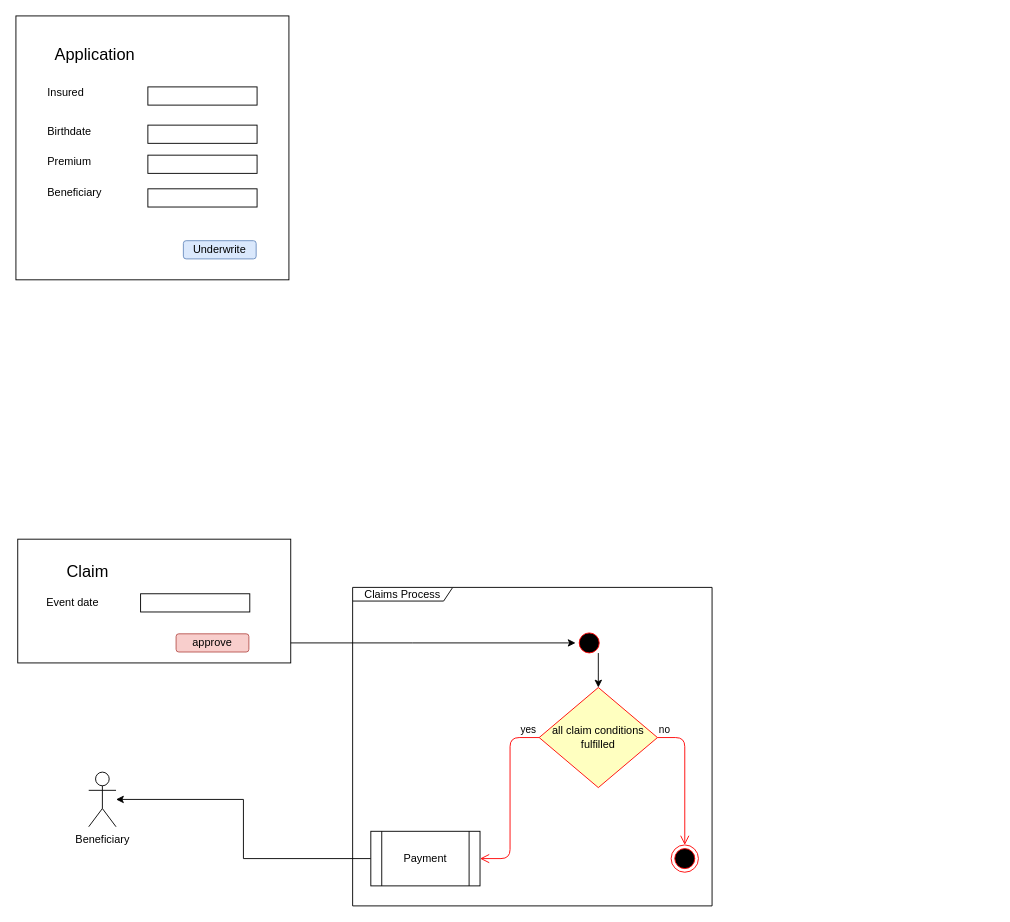
Above: design/SimpleLife.drawio in transalm/smartcontract_demo (draw.io), before the change. Source tidied: cells renumbered, new cells numbered last; positions are measured from the earlier drawing's top-left corner, leaving out a move shared by most shapes. Both pictures are drawn from the tidied source at 91%, with x=0, y=0 at pixel (15, 15).
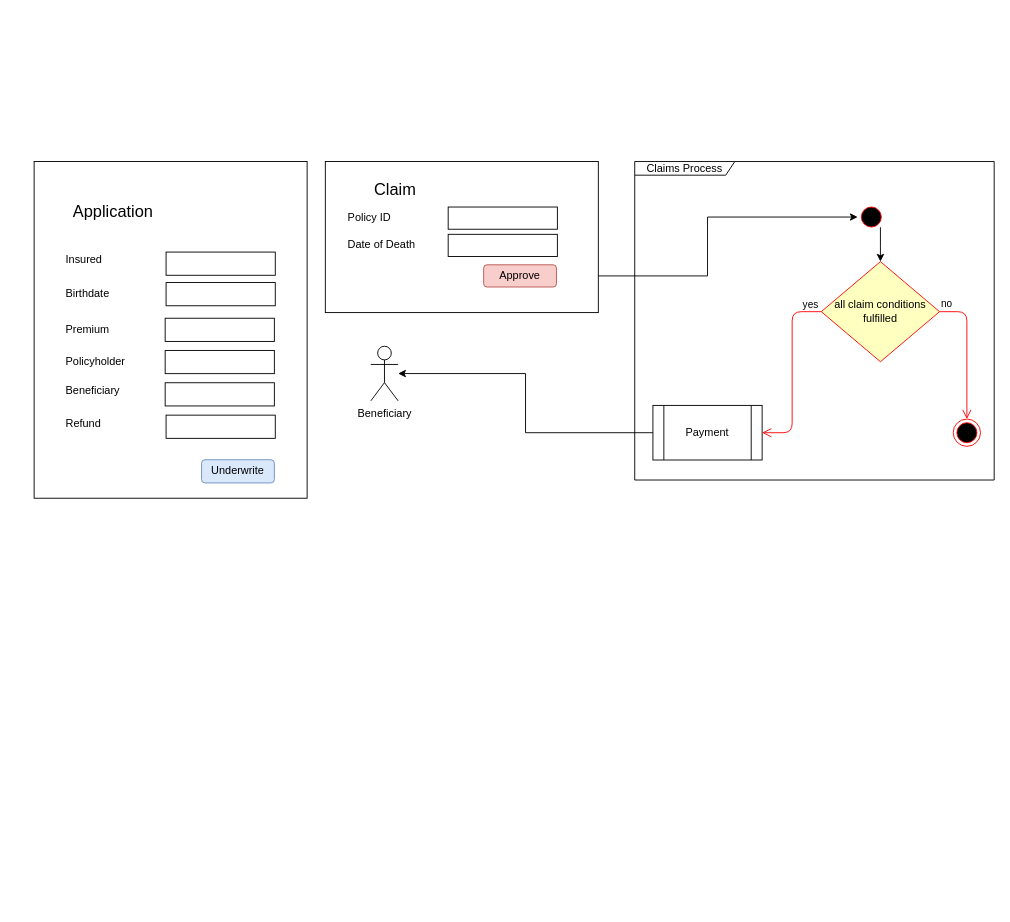
Above is the later version.

Diff of the diagram source:
```diff
@@
     <mxCell id="3" style="group;" parent="1" vertex="1">
-      <mxGeometry x="2" y="575" width="300" height="136" as="geometry" />
+      <mxGeometry x="340" y="160" width="300" height="166" as="geometry" />
     </mxCell>
     <mxCell id="4" style="rounded=0;whiteSpace=wrap;html=1;" parent="3" vertex="1">
-      <mxGeometry width="300" height="136" as="geometry" />
+      <mxGeometry width="300" height="166" as="geometry" />
     </mxCell>
     <mxCell id="5" style="group;" parent="3" vertex="1">
-      <mxGeometry x="23" y="21" width="232" height="103" as="geometry" />
+      <mxGeometry x="23" y="12.2" width="232" height="125.7" as="geometry" />
     </mxCell>
-    <mxCell id="6" value="Event date" style="text;html=1;strokeColor=none;fillColor=none;align=center;verticalAlign=middle;whiteSpace=wrap;rounded=0;" parent="5" vertex="1">
-      <mxGeometry y="39" width="75" height="20" as="geometry" />
-    </mxCell>
-    <mxCell id="7" style="rounded=0;whiteSpace=wrap;html=1;" parent="5" vertex="1">
-      <mxGeometry x="112" y="39" width="120" height="20" as="geometry" />
-    </mxCell>
-    <mxCell id="8" value="approve" style="rounded=1;whiteSpace=wrap;html=1;fillColor=#f8cecc;strokeColor=#b85450;" parent="5" vertex="1">
-      <mxGeometry x="151" y="83" width="80" height="20" as="geometry" />
+    <mxCell id="8" value="Approve" style="rounded=1;whiteSpace=wrap;html=1;fillColor=#f8cecc;strokeColor=#b85450;" parent="5" vertex="1">
+      <mxGeometry x="151" y="101.3" width="80" height="24.4" as="geometry" />
     </mxCell>
     <mxCell id="9" value="&lt;font style=&quot;font-size: 18px&quot;&gt;Claim&lt;/font&gt;" style="text;html=1;strokeColor=none;fillColor=none;align=center;verticalAlign=middle;whiteSpace=wrap;rounded=0;" parent="5" vertex="1">
-      <mxGeometry x="13.5" width="80" height="30" as="geometry" />
+      <mxGeometry x="13.5" width="80" height="36.6" as="geometry" />
     </mxCell>
+    <mxCell id="7" style="rounded=0;whiteSpace=wrap;html=1;" parent="3" vertex="1">
+      <mxGeometry x="135" y="50" width="120" height="24.4" as="geometry" />
+    </mxCell>
+    <mxCell id="6" value="Policy ID" style="text;html=1;strokeColor=none;fillColor=none;align=left;verticalAlign=middle;whiteSpace=wrap;rounded=0;" parent="3" vertex="1">
+      <mxGeometry x="23" y="50" width="90" height="24.4" as="geometry" />
+    </mxCell>
+    <mxCell id="33" style="rounded=0;whiteSpace=wrap;html=1;" parent="3" vertex="1">
+      <mxGeometry x="135" y="80" width="120" height="24.4" as="geometry" />
+    </mxCell>
+    <mxCell id="34" value="Date of Death" style="text;html=1;strokeColor=none;fillColor=none;align=left;verticalAlign=middle;whiteSpace=wrap;rounded=0;" parent="3" vertex="1">
+      <mxGeometry x="23" y="80" width="90" height="24.4" as="geometry" />
+    </mxCell>
     <mxCell id="10" style="group;" parent="1" vertex="1">
-      <mxGeometry width="300" height="290" as="geometry" />
+      <mxGeometry x="20" y="160" width="300" height="370" as="geometry" />
     </mxCell>
     <mxCell id="11" style="rounded=0;whiteSpace=wrap;html=1;" parent="10" vertex="1">
-      <mxGeometry width="300" height="290" as="geometry" />
+      <mxGeometry width="300" height="370" as="geometry" />
     </mxCell>
     <mxCell id="12" value="Application" style="text;html=1;strokeColor=none;fillColor=none;align=center;verticalAlign=middle;whiteSpace=wrap;rounded=0;fontSize=18;" parent="10" vertex="1">
-      <mxGeometry x="46.5" y="28" width="80" height="30" as="geometry" />
+      <mxGeometry x="46.5" y="35.7" width="80" height="38.3" as="geometry" />
     </mxCell>
     <mxCell id="13" value="Insured&amp;nbsp;" style="text;html=1;strokeColor=none;fillColor=none;align=left;verticalAlign=middle;whiteSpace=wrap;rounded=0;" parent="10" vertex="1">
-      <mxGeometry x="33" y="78" width="75" height="14" as="geometry" />
+      <mxGeometry x="33" y="99.5" width="75" height="17.9" as="geometry" />
     </mxCell>
     <mxCell id="14" style="rounded=0;whiteSpace=wrap;html=1;" parent="10" vertex="1">
-      <mxGeometry x="145" y="78" width="120" height="20" as="geometry" />
+      <mxGeometry x="145" y="99.5" width="120" height="25.5" as="geometry" />
     </mxCell>
     <mxCell id="15" value="Birthdate" style="text;html=1;strokeColor=none;fillColor=none;align=left;verticalAlign=middle;whiteSpace=wrap;rounded=0;" parent="10" vertex="1">
-      <mxGeometry x="33" y="120" width="75" height="14" as="geometry" />
+      <mxGeometry x="33" y="136.2" width="75" height="17.9" as="geometry" />
     </mxCell>
     <mxCell id="16" style="rounded=0;whiteSpace=wrap;html=1;" parent="10" vertex="1">
-      <mxGeometry x="145" y="120" width="120" height="20" as="geometry" />
+      <mxGeometry x="145" y="133" width="120" height="25.5" as="geometry" />
     </mxCell>
     <mxCell id="17" value="Premium" style="text;html=1;strokeColor=none;fillColor=none;align=left;verticalAlign=middle;whiteSpace=wrap;rounded=0;" parent="10" vertex="1">
-      <mxGeometry x="33" y="153" width="75" height="14" as="geometry" />
+      <mxGeometry x="33" y="176.1" width="75" height="17.9" as="geometry" />
     </mxCell>
     <mxCell id="18" style="rounded=0;whiteSpace=wrap;html=1;" parent="10" vertex="1">
-      <mxGeometry x="145" y="153" width="120" height="20" as="geometry" />
+      <mxGeometry x="144" y="172.2" width="120" height="25.5" as="geometry" />
     </mxCell>
-    <mxCell id="19" value="Beneficiary" style="text;html=1;strokeColor=none;fillColor=none;align=left;verticalAlign=middle;whiteSpace=wrap;rounded=0;" parent="10" vertex="1">
-      <mxGeometry x="33" y="187" width="75" height="14" as="geometry" />
+    <mxCell id="19" value="Policyholder" style="text;html=1;strokeColor=none;fillColor=none;align=left;verticalAlign=middle;whiteSpace=wrap;rounded=0;" parent="10" vertex="1">
+      <mxGeometry x="33" y="211.4" width="75" height="17.9" as="geometry" />
     </mxCell>
     <mxCell id="20" style="rounded=0;whiteSpace=wrap;html=1;" parent="10" vertex="1">
-      <mxGeometry x="145" y="190" width="120" height="20" as="geometry" />
+      <mxGeometry x="144" y="207.6" width="120" height="25.5" as="geometry" />
     </mxCell>
     <mxCell id="21" value="Underwrite" style="rounded=1;whiteSpace=wrap;html=1;fillColor=#dae8fc;strokeColor=#6c8ebf;" parent="10" vertex="1">
-      <mxGeometry x="184" y="247" width="80" height="20" as="geometry" />
+      <mxGeometry x="184" y="327.7" width="80" height="25.5" as="geometry" />
     </mxCell>
+    <mxCell id="35" value="Beneficiary" style="text;html=1;strokeColor=none;fillColor=none;align=left;verticalAlign=middle;whiteSpace=wrap;rounded=0;" parent="10" vertex="1">
+      <mxGeometry x="33" y="243.1" width="75" height="17.9" as="geometry" />
+    </mxCell>
+    <mxCell id="36" style="rounded=0;whiteSpace=wrap;html=1;" parent="10" vertex="1">
+      <mxGeometry x="144" y="243.1" width="120" height="25.5" as="geometry" />
+    </mxCell>
+    <mxCell id="37" value="Refund" style="text;html=1;strokeColor=none;fillColor=none;align=left;verticalAlign=middle;whiteSpace=wrap;rounded=0;" parent="10" vertex="1">
+      <mxGeometry x="33" y="278.7" width="75" height="17.9" as="geometry" />
+    </mxCell>
+    <mxCell id="38" style="rounded=0;whiteSpace=wrap;html=1;" parent="10" vertex="1">
+      <mxGeometry x="145" y="278.7" width="120" height="25.5" as="geometry" />
+    </mxCell>
@@
     <mxCell id="23" value="Beneficiary" style="shape=umlActor;verticalLabelPosition=bottom;labelBackgroundColor=#ffffff;verticalAlign=top;html=1;" parent="1" vertex="1">
-      <mxGeometry x="80" y="831" width="30" height="60" as="geometry" />
+      <mxGeometry x="390" y="363" width="30" height="60" as="geometry" />
     </mxCell>
     <mxCell id="24" style="group;" parent="1" vertex="1">
-      <mxGeometry x="370" y="628" width="395" height="350" as="geometry" />
+      <mxGeometry x="680" y="160" width="395" height="350" as="geometry" />
     </mxCell>
```
